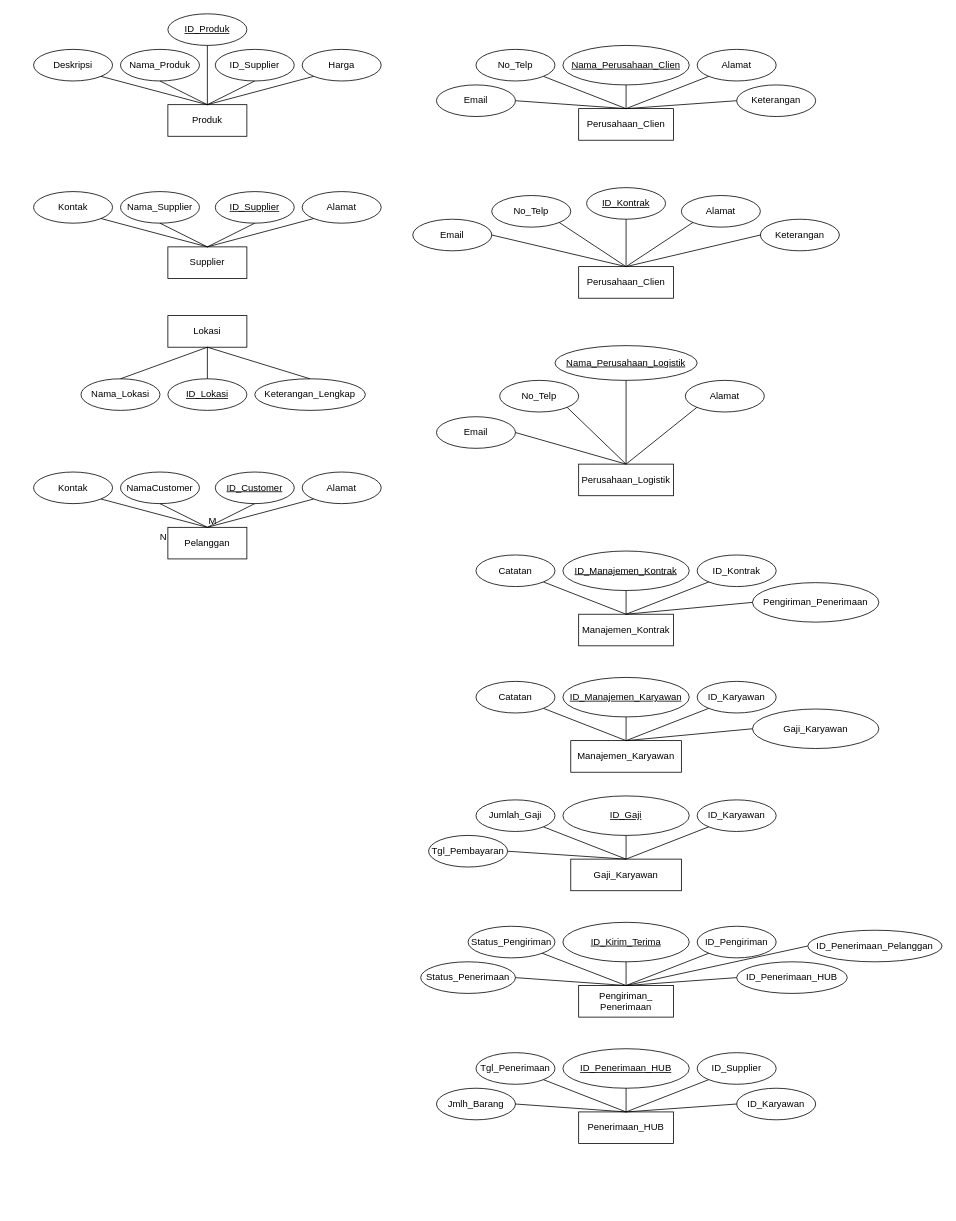
This is page "ERD-New" (4 of 11) of logistic-management-system.drawio from Firzh/semester-3, a draw.io file, before an edit. Source tidied: cells renumbered, new cells numbered last; positions are measured from the earlier drawing's top-left corner, leaving out a move shared by most shapes. Both pictures are drawn from the tidied source at 79%, with x=0, y=0 at pixel (33, 13).
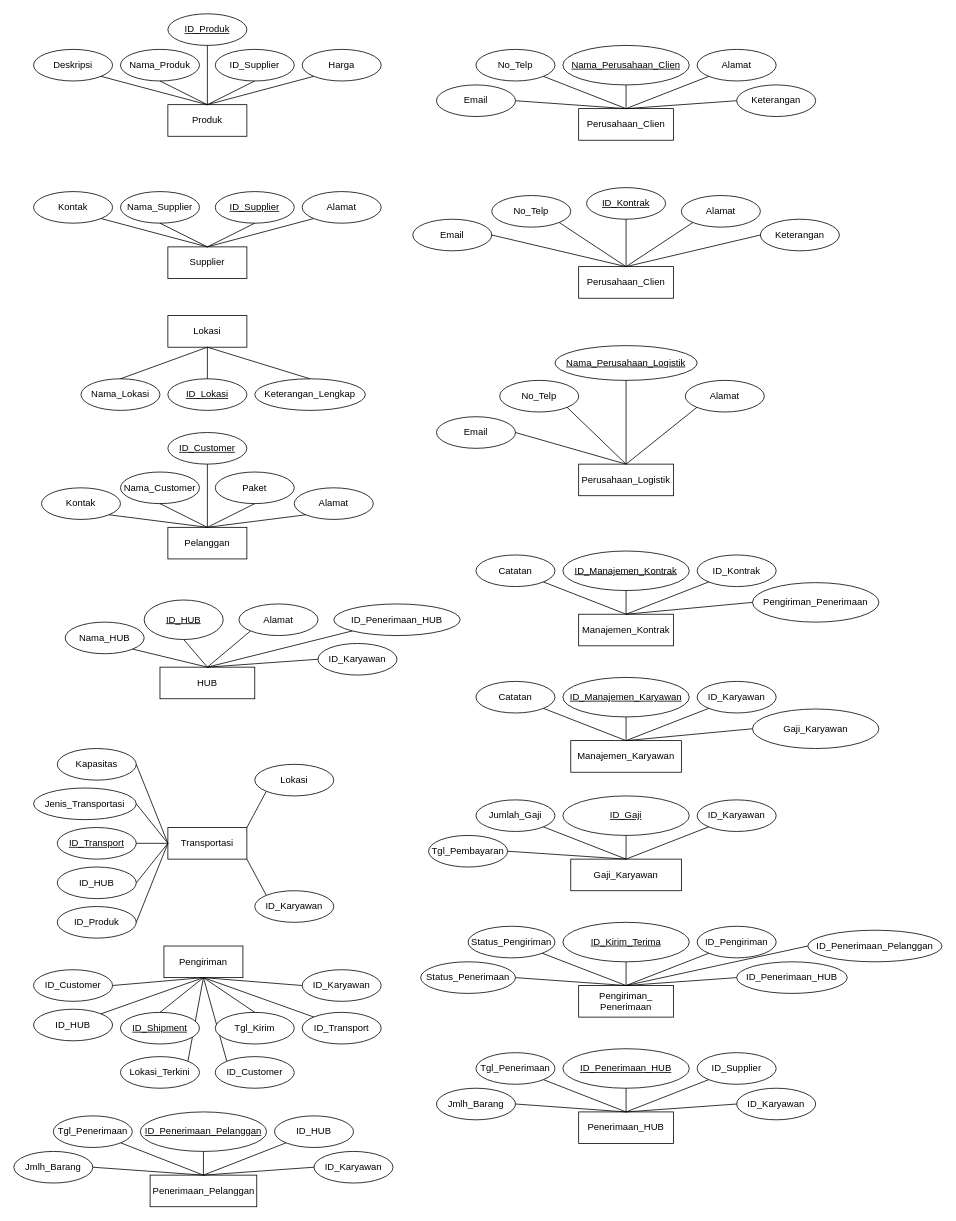
The same diagram, later.

The change refers to these unchanged cells:
```xml
<mxCell id="111" value="Pelanggan" style="whiteSpace=wrap;html=1;align=center;" parent="1" vertex="1">
  <mxGeometry x="170" y="650" width="100" height="40" as="geometry" />
</mxCell>
```

What changed in the source:
```diff
@@
+    <mxCell id="122" style="endArrow=none;html=1;rounded=0;exitX=0.5;exitY=1;exitDx=0;exitDy=0;entryX=0;entryY=0;entryDx=0;entryDy=0;" parent="1" edge="1" source="152" target="165">
+      <mxGeometry relative="1" as="geometry" />
+    </mxCell>
+    <mxCell id="123" style="endArrow=none;html=1;rounded=0;exitX=0.5;exitY=1;exitDx=0;exitDy=0;entryX=1;entryY=0;entryDx=0;entryDy=0;" parent="1" edge="1" source="152" target="166">
+      <mxGeometry relative="1" as="geometry" />
+    </mxCell>
@@
     <mxCell id="112" value="ID_Customer" style="ellipse;whiteSpace=wrap;html=1;align=center;fontStyle=4;" parent="1" vertex="1">
-      <mxGeometry x="230" y="580" width="100" height="40" as="geometry" />
+      <mxGeometry x="170" y="530" width="100" height="40" as="geometry" />
     </mxCell>
-    <mxCell id="113" value="NamaCustomer" style="ellipse;whiteSpace=wrap;html=1;align=center;" parent="1" vertex="1">
+    <mxCell id="113" value="Nama_Customer" style="ellipse;whiteSpace=wrap;html=1;align=center;" parent="1" vertex="1">
       <mxGeometry x="110" y="580" width="100" height="40" as="geometry" />
     </mxCell>
     <mxCell id="114" value="Alamat" style="ellipse;whiteSpace=wrap;html=1;align=center;" parent="1" vertex="1">
-      <mxGeometry x="340" y="580" width="100" height="40" as="geometry" />
+      <mxGeometry x="330" y="600" width="100" height="40" as="geometry" />
     </mxCell>
     <mxCell id="115" value="Kontak" style="ellipse;whiteSpace=wrap;html=1;align=center;" parent="1" vertex="1">
-      <mxGeometry y="580" width="100" height="40" as="geometry" />
+      <mxGeometry x="10" y="600" width="100" height="40" as="geometry" />
     </mxCell>
@@
-    <mxCell id="120" value="N" style="html=1;whiteSpace=wrap;align=right;verticalAlign=bottom;" parent="1" vertex="1">
-      <mxGeometry x="170" y="670" as="geometry" />
-    </mxCell>
-    <mxCell id="121" value="M" style="html=1;whiteSpace=wrap;align=left;verticalAlign=bottom;" parent="1" vertex="1">
-      <mxGeometry x="220" y="650" as="geometry" />
-    </mxCell>
+    <mxCell id="124" value="Paket" style="ellipse;whiteSpace=wrap;html=1;align=center;" parent="1" vertex="1">
+      <mxGeometry x="230" y="580" width="100" height="40" as="geometry" />
+    </mxCell>
+    <mxCell id="125" style="endArrow=none;html=1;rounded=0;exitX=0.5;exitY=0;exitDx=0;exitDy=0;entryX=0.5;entryY=1;entryDx=0;entryDy=0;" parent="1" edge="1" source="111" target="124">
+      <mxGeometry relative="1" as="geometry" />
+    </mxCell>
+    <mxCell id="126" value="HUB" style="whiteSpace=wrap;html=1;align=center;" parent="1" vertex="1">
+      <mxGeometry x="160" y="827" width="120" height="40" as="geometry" />
+    </mxCell>
+    <mxCell id="127" value="ID_HUB" style="ellipse;whiteSpace=wrap;html=1;align=center;fontStyle=4;" parent="1" vertex="1">
+      <mxGeometry x="140" y="742" width="100" height="50" as="geometry" />
+    </mxCell>
+    <mxCell id="128" value="Alamat" style="ellipse;whiteSpace=wrap;html=1;align=center;" parent="1" vertex="1">
+      <mxGeometry x="260" y="747" width="100" height="40" as="geometry" />
+    </mxCell>
+    <mxCell id="129" value="Nama_HUB" style="ellipse;whiteSpace=wrap;html=1;align=center;" parent="1" vertex="1">
+      <mxGeometry x="40" y="770" width="100" height="40" as="geometry" />
+    </mxCell>
+    <mxCell id="130" value="ID_Penerimaan_HUB" style="ellipse;whiteSpace=wrap;html=1;align=center;" parent="1" vertex="1">
+      <mxGeometry x="380" y="747" width="160" height="40" as="geometry" />
+    </mxCell>
+    <mxCell id="131" value="ID_Karyawan" style="ellipse;whiteSpace=wrap;html=1;align=center;" parent="1" vertex="1">
+      <mxGeometry x="360" y="797" width="100" height="40" as="geometry" />
+    </mxCell>
+    <mxCell id="132" style="endArrow=none;html=1;rounded=0;entryX=0.5;entryY=1;entryDx=0;entryDy=0;exitX=0.5;exitY=0;exitDx=0;exitDy=0;" parent="1" edge="1" source="126" target="127">
+      <mxGeometry relative="1" as="geometry" />
+    </mxCell>
+    <mxCell id="133" style="endArrow=none;html=1;rounded=0;entryX=0;entryY=1;entryDx=0;entryDy=0;exitX=0.5;exitY=0;exitDx=0;exitDy=0;" parent="1" edge="1" source="126" target="128">
+      <mxGeometry relative="1" as="geometry" />
+    </mxCell>
+    <mxCell id="134" style="endArrow=none;html=1;rounded=0;entryX=0;entryY=0.5;entryDx=0;entryDy=0;exitX=0.5;exitY=0;exitDx=0;exitDy=0;" parent="1" edge="1" source="126" target="131">
+      <mxGeometry relative="1" as="geometry" />
+    </mxCell>
+    <mxCell id="135" style="endArrow=none;html=1;rounded=0;entryX=1;entryY=1;entryDx=0;entryDy=0;exitX=0.5;exitY=0;exitDx=0;exitDy=0;" parent="1" edge="1" source="126" target="129">
+      <mxGeometry relative="1" as="geometry" />
+    </mxCell>
+    <mxCell id="136" style="endArrow=none;html=1;rounded=0;entryX=0;entryY=1;entryDx=0;entryDy=0;exitX=0.5;exitY=0;exitDx=0;exitDy=0;" parent="1" edge="1" source="126" target="130">
+      <mxGeometry relative="1" as="geometry" />
+    </mxCell>
+    <mxCell id="137" value="Transportasi" style="whiteSpace=wrap;html=1;align=center;" parent="1" vertex="1">
+      <mxGeometry x="170" y="1030" width="100" height="40" as="geometry" />
+    </mxCell>
+    <mxCell id="138" value="ID_Transport" style="ellipse;whiteSpace=wrap;html=1;align=center;fontStyle=4;" parent="1" vertex="1">
+      <mxGeometry x="30" y="1030" width="100" height="40" as="geometry" />
+    </mxCell>
+    <mxCell id="139" value="Jenis_Transportasi" style="ellipse;whiteSpace=wrap;html=1;align=center;" parent="1" vertex="1">
+      <mxGeometry y="980" width="130" height="40" as="geometry" />
+    </mxCell>
+    <mxCell id="140" value="Kapasitas" style="ellipse;whiteSpace=wrap;html=1;align=center;" parent="1" vertex="1">
+      <mxGeometry x="30" y="930" width="100" height="40" as="geometry" />
+    </mxCell>
+    <mxCell id="141" style="endArrow=none;html=1;rounded=0;exitX=0;exitY=0.5;exitDx=0;exitDy=0;entryX=1;entryY=0.5;entryDx=0;entryDy=0;" parent="1" edge="1" source="137" target="138">
+      <mxGeometry relative="1" as="geometry" />
+    </mxCell>
+    <mxCell id="142" style="endArrow=none;html=1;rounded=0;exitX=0;exitY=0.5;exitDx=0;exitDy=0;entryX=1;entryY=0.5;entryDx=0;entryDy=0;" parent="1" edge="1" source="137" target="140">
+      <mxGeometry relative="1" as="geometry" />
+    </mxCell>
+    <mxCell id="143" style="endArrow=none;html=1;rounded=0;exitX=0;exitY=0.5;exitDx=0;exitDy=0;entryX=1;entryY=0.5;entryDx=0;entryDy=0;" parent="1" edge="1" source="137" target="139">
+      <mxGeometry relative="1" as="geometry" />
+    </mxCell>
+    <mxCell id="144" value="ID_HUB" style="ellipse;whiteSpace=wrap;html=1;align=center;" parent="1" vertex="1">
+      <mxGeometry x="30" y="1080" width="100" height="40" as="geometry" />
+    </mxCell>
+    <mxCell id="145" value="ID_Produk" style="ellipse;whiteSpace=wrap;html=1;align=center;" parent="1" vertex="1">
+      <mxGeometry x="30" y="1130" width="100" height="40" as="geometry" />
+    </mxCell>
+    <mxCell id="146" value="Lokasi" style="ellipse;whiteSpace=wrap;html=1;align=center;" parent="1" vertex="1">
+      <mxGeometry x="280" y="950" width="100" height="40" as="geometry" />
+    </mxCell>
+    <mxCell id="147" value="ID_Karyawan" style="ellipse;whiteSpace=wrap;html=1;align=center;" parent="1" vertex="1">
+      <mxGeometry x="280" y="1110" width="100" height="40" as="geometry" />
+    </mxCell>
+    <mxCell id="148" style="endArrow=none;html=1;rounded=0;exitX=1;exitY=0.5;exitDx=0;exitDy=0;entryX=0;entryY=0.5;entryDx=0;entryDy=0;" parent="1" edge="1" source="144" target="137">
+      <mxGeometry relative="1" as="geometry" />
+    </mxCell>
+    <mxCell id="149" style="endArrow=none;html=1;rounded=0;exitX=1;exitY=0.5;exitDx=0;exitDy=0;entryX=0;entryY=0.5;entryDx=0;entryDy=0;" parent="1" edge="1" source="145" target="137">
+      <mxGeometry relative="1" as="geometry" />
+    </mxCell>
+    <mxCell id="150" style="endArrow=none;html=1;rounded=0;exitX=0;exitY=0;exitDx=0;exitDy=0;entryX=1;entryY=1;entryDx=0;entryDy=0;" parent="1" edge="1" source="147" target="137">
+      <mxGeometry relative="1" as="geometry" />
+    </mxCell>
+    <mxCell id="151" style="endArrow=none;html=1;rounded=0;exitX=0;exitY=1;exitDx=0;exitDy=0;entryX=1;entryY=0;entryDx=0;entryDy=0;" parent="1" edge="1" source="146" target="137">
+      <mxGeometry relative="1" as="geometry" />
+    </mxCell>
+    <mxCell id="152" value="Pengiriman" style="whiteSpace=wrap;html=1;align=center;" parent="1" vertex="1">
+      <mxGeometry x="165" y="1180" width="100" height="40" as="geometry" />
+    </mxCell>
+    <mxCell id="153" value="ID_Shipment" style="ellipse;whiteSpace=wrap;html=1;align=center;fontStyle=4;" parent="1" vertex="1">
+      <mxGeometry x="110" y="1264" width="100" height="40" as="geometry" />
+    </mxCell>
+    <mxCell id="154" value="ID_HUB" style="ellipse;whiteSpace=wrap;html=1;align=center;" parent="1" vertex="1">
+      <mxGeometry y="1260" width="100" height="40" as="geometry" />
+    </mxCell>
+    <mxCell id="155" value="Tgl_Kirim" style="ellipse;whiteSpace=wrap;html=1;align=center;" parent="1" vertex="1">
+      <mxGeometry x="230" y="1264" width="100" height="40" as="geometry" />
+    </mxCell>
+    <mxCell id="156" style="endArrow=none;html=1;rounded=0;exitX=0.5;exitY=1;exitDx=0;exitDy=0;entryX=0.5;entryY=0;entryDx=0;entryDy=0;" parent="1" edge="1" source="152" target="153">
+      <mxGeometry relative="1" as="geometry" />
+    </mxCell>
+    <mxCell id="157" style="endArrow=none;html=1;rounded=0;exitX=0.5;exitY=1;exitDx=0;exitDy=0;entryX=0.5;entryY=0;entryDx=0;entryDy=0;" parent="1" edge="1" source="152" target="155">
+      <mxGeometry relative="1" as="geometry" />
+    </mxCell>
+    <mxCell id="158" style="endArrow=none;html=1;rounded=0;exitX=0.5;exitY=1;exitDx=0;exitDy=0;entryX=1;entryY=0;entryDx=0;entryDy=0;" parent="1" edge="1" source="152" target="154">
+      <mxGeometry relative="1" as="geometry" />
+    </mxCell>
+    <mxCell id="159" value="ID_Transport" style="ellipse;whiteSpace=wrap;html=1;align=center;" parent="1" vertex="1">
+      <mxGeometry x="340" y="1264" width="100" height="40" as="geometry" />
+    </mxCell>
+    <mxCell id="160" style="endArrow=none;html=1;rounded=0;exitX=0.5;exitY=1;exitDx=0;exitDy=0;entryX=0;entryY=0;entryDx=0;entryDy=0;" parent="1" edge="1" source="152" target="159">
+      <mxGeometry relative="1" as="geometry" />
+    </mxCell>
+    <mxCell id="161" value="ID_Karyawan" style="ellipse;whiteSpace=wrap;html=1;align=center;" parent="1" vertex="1">
+      <mxGeometry x="340" y="1210" width="100" height="40" as="geometry" />
+    </mxCell>
+    <mxCell id="162" value="ID_Customer" style="ellipse;whiteSpace=wrap;html=1;align=center;" parent="1" vertex="1">
+      <mxGeometry y="1210" width="100" height="40" as="geometry" />
+    </mxCell>
+    <mxCell id="163" style="endArrow=none;html=1;rounded=0;exitX=0.5;exitY=1;exitDx=0;exitDy=0;entryX=1;entryY=0.5;entryDx=0;entryDy=0;" parent="1" edge="1" source="152" target="162">
+      <mxGeometry relative="1" as="geometry" />
+    </mxCell>
+    <mxCell id="164" style="endArrow=none;html=1;rounded=0;exitX=0.5;exitY=1;exitDx=0;exitDy=0;entryX=0;entryY=0.5;entryDx=0;entryDy=0;" parent="1" edge="1" source="152" target="161">
+      <mxGeometry relative="1" as="geometry" />
+    </mxCell>
+    <mxCell id="165" value="ID_Customer" style="ellipse;whiteSpace=wrap;html=1;align=center;" parent="1" vertex="1">
+      <mxGeometry x="230" y="1320" width="100" height="40" as="geometry" />
+    </mxCell>
+    <mxCell id="166" value="Lokasi_Terkini" style="ellipse;whiteSpace=wrap;html=1;align=center;" parent="1" vertex="1">
+      <mxGeometry x="110" y="1320" width="100" height="40" as="geometry" />
+    </mxCell>
+    <mxCell id="167" value="Penerimaan_Pelanggan" style="whiteSpace=wrap;html=1;align=center;" parent="1" vertex="1">
+      <mxGeometry x="147.5" y="1470" width="135" height="40" as="geometry" />
+    </mxCell>
+    <mxCell id="168" value="ID_Penerimaan_Pelanggan" style="ellipse;whiteSpace=wrap;html=1;align=center;fontStyle=4;" parent="1" vertex="1">
+      <mxGeometry x="135" y="1390" width="160" height="50" as="geometry" />
+    </mxCell>
+    <mxCell id="169" value="ID_HUB" style="ellipse;whiteSpace=wrap;html=1;align=center;" parent="1" vertex="1">
+      <mxGeometry x="305" y="1395" width="100" height="40" as="geometry" />
+    </mxCell>
+    <mxCell id="170" value="Tgl_Penerimaan" style="ellipse;whiteSpace=wrap;html=1;align=center;" parent="1" vertex="1">
+      <mxGeometry x="25" y="1395" width="100" height="40" as="geometry" />
+    </mxCell>
+    <mxCell id="171" value="Jmlh_Barang" style="ellipse;whiteSpace=wrap;html=1;align=center;" parent="1" vertex="1">
+      <mxGeometry x="-25" y="1440" width="100" height="40" as="geometry" />
+    </mxCell>
+    <mxCell id="172" value="ID_Karyawan" style="ellipse;whiteSpace=wrap;html=1;align=center;" parent="1" vertex="1">
+      <mxGeometry x="355" y="1440" width="100" height="40" as="geometry" />
+    </mxCell>
+    <mxCell id="173" style="endArrow=none;html=1;rounded=0;entryX=0.5;entryY=1;entryDx=0;entryDy=0;exitX=0.5;exitY=0;exitDx=0;exitDy=0;" parent="1" edge="1" source="167" target="168">
+      <mxGeometry relative="1" as="geometry" />
+    </mxCell>
+    <mxCell id="174" style="endArrow=none;html=1;rounded=0;entryX=0;entryY=1;entryDx=0;entryDy=0;exitX=0.5;exitY=0;exitDx=0;exitDy=0;" parent="1" edge="1" source="167" target="169">
+      <mxGeometry relative="1" as="geometry" />
+    </mxCell>
+    <mxCell id="175" style="endArrow=none;html=1;rounded=0;entryX=0;entryY=0.5;entryDx=0;entryDy=0;exitX=0.5;exitY=0;exitDx=0;exitDy=0;" parent="1" edge="1" source="167" target="172">
+      <mxGeometry relative="1" as="geometry" />
+    </mxCell>
+    <mxCell id="176" style="endArrow=none;html=1;rounded=0;entryX=1;entryY=1;entryDx=0;entryDy=0;exitX=0.5;exitY=0;exitDx=0;exitDy=0;" parent="1" edge="1" source="167" target="170">
+      <mxGeometry relative="1" as="geometry" />
+    </mxCell>
+    <mxCell id="177" style="endArrow=none;html=1;rounded=0;entryX=1;entryY=0.5;entryDx=0;entryDy=0;exitX=0.5;exitY=0;exitDx=0;exitDy=0;" parent="1" edge="1" source="167" target="171">
+      <mxGeometry relative="1" as="geometry" />
+    </mxCell>
```
